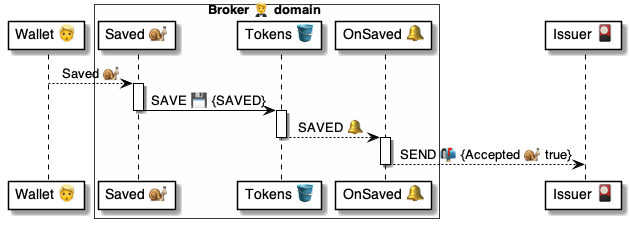
Above: 4 ⚙️ Solution/20 🧑‍🦰 UI/Brokers 🤵/🤵🪣 Broker tables/Tokens 🎫 table/🪣🔔 5 Saved/🤵 OnTokenSaved ⚙️ uml.png in pollyweb-org/pollyweb-docs (PlantUML), before the change. Its source is kept beside it as 4 ⚙️ Solution/20 🧑‍🦰 UI/Brokers 🤵/🤵🪣 Broker tables/Tokens 🎫 table/🪣🔔 5 Saved/🤵 OnTokenSaved ⚙️ uml.puml.
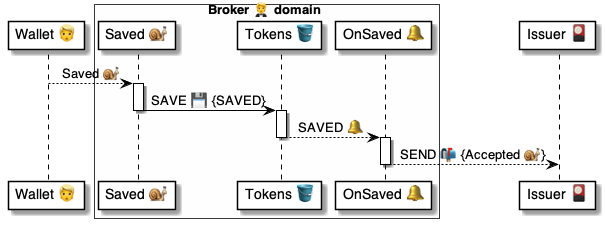
The same diagram one commit later.

The edit, as a diff of the source:
```diff
@@ -21,7 +21,7 @@
 deactivate tokens
 
 activate change
-    change --> issuer: SEND 📬 {Accepted 🐌 true}
+    change --> issuer: SEND 📬 {Accepted 🐌}
 deactivate change
 
 @enduml
```
